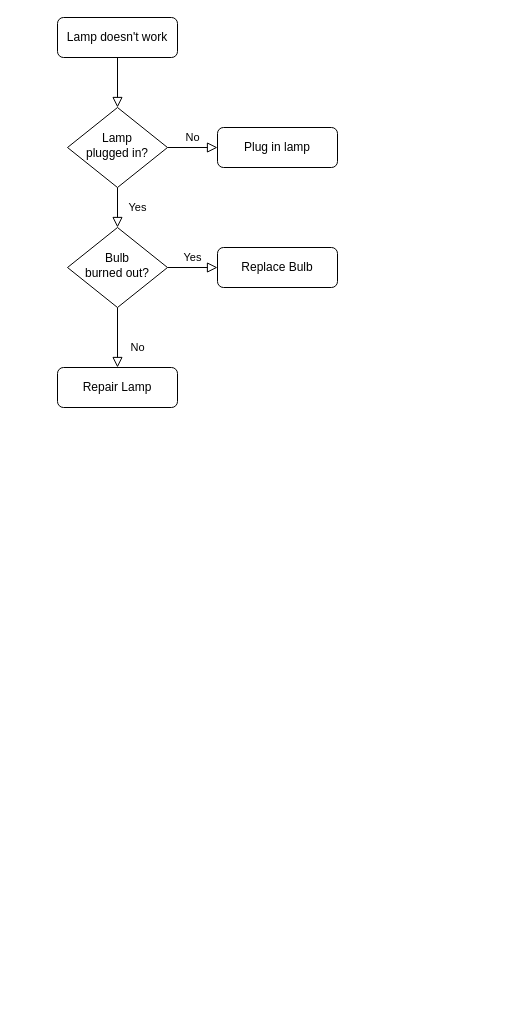
This is 流程图_test.drawio from tantan180/diagram, a draw.io file, before an edit. Source tidied: cells renumbered, new cells numbered last; positions are measured from the earlier drawing's top-left corner, leaving out a move shared by most shapes. Both pictures are drawn from the tidied source at 100%, with x=0, y=0 at pixel (57, 17).
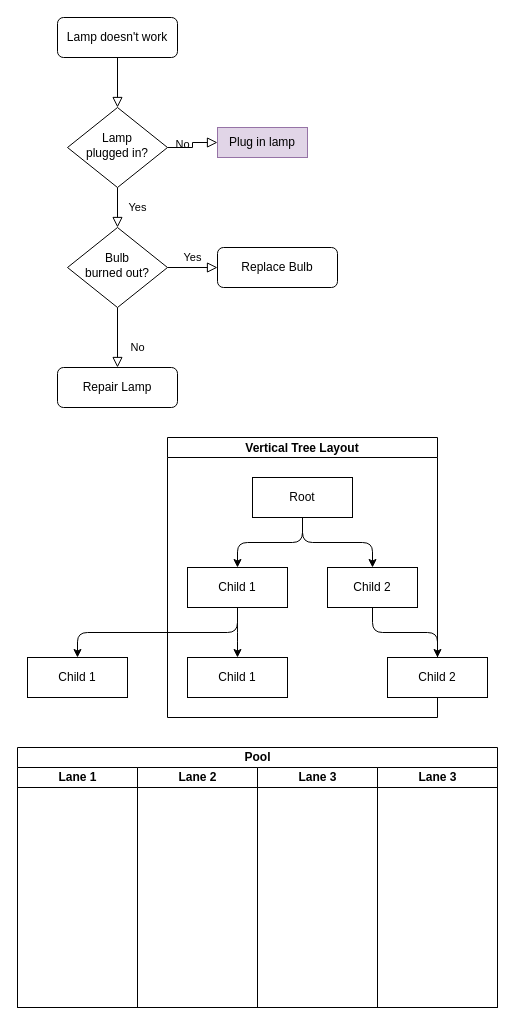
Above is the later version.

Change to the diagram source:
```diff
@@
-    <mxCell id="7" value="Plug in lamp" style="rounded=1;whiteSpace=wrap;html=1;fontSize=12;glass=0;strokeWidth=1;shadow=0;" parent="1" vertex="1">
-      <mxGeometry x="160" y="110" width="120" height="40" as="geometry" />
+    <mxCell id="7" value="Plug in lamp" style="rounded=1;whiteSpace=wrap;html=1;fontSize=12;glass=0;strokeWidth=1;shadow=0;direction=east;arcSize=0;fillColor=#e1d5e7;strokeColor=#9673a6;" parent="1" vertex="1">
+      <mxGeometry x="160" y="110" width="90" height="30" as="geometry" />
     </mxCell>
@@
+    <mxCell id="13" value="Vertical Tree Layout" style="swimlane;startSize=20;horizontal=1;horizontalTree=0;sortEdges=1;containerType=tree;fontSize=12;" parent="1" vertex="1">
+      <mxGeometry x="110" y="420" width="270" height="280" as="geometry" />
+    </mxCell>
+    <mxCell id="14" value="Root" style="whiteSpace=wrap;html=1;" parent="13" vertex="1">
+      <mxGeometry x="85" y="40" width="100" height="40" as="geometry" />
+    </mxCell>
+    <mxCell id="15" value="Child 1" style="whiteSpace=wrap;html=1;" parent="13" vertex="1">
+      <mxGeometry x="20" y="130" width="100" height="40" as="geometry" />
+    </mxCell>
+    <mxCell id="16" style="edgeStyle=elbowEdgeStyle;elbow=vertical;html=1;rounded=1;curved=0;sourcePerimeterSpacing=0;targetPerimeterSpacing=0;startSize=6;endSize=6;entryX=0.5;entryY=0;entryDx=0;entryDy=0;" parent="13" edge="1" source="14" target="15">
+      <mxGeometry relative="1" as="geometry" />
+    </mxCell>
+    <mxCell id="17" value="Child 2" style="whiteSpace=wrap;html=1;" parent="13" vertex="1">
+      <mxGeometry x="160" y="130" width="90" height="40" as="geometry" />
+    </mxCell>
+    <mxCell id="18" style="edgeStyle=elbowEdgeStyle;elbow=vertical;html=1;rounded=1;curved=0;sourcePerimeterSpacing=0;targetPerimeterSpacing=0;startSize=6;endSize=6;" parent="13" edge="1" source="14" target="17">
+      <mxGeometry relative="1" as="geometry" />
+    </mxCell>
+    <mxCell id="19" style="edgeStyle=elbowEdgeStyle;elbow=vertical;html=1;rounded=1;curved=0;sourcePerimeterSpacing=0;targetPerimeterSpacing=0;startSize=6;endSize=6;" parent="13" edge="1" source="15" target="20">
+      <mxGeometry relative="1" as="geometry" />
+    </mxCell>
+    <mxCell id="20" value="Child 1" style="whiteSpace=wrap;html=1;" parent="13" vertex="1">
+      <mxGeometry x="20" y="220" width="100" height="40" as="geometry" />
+    </mxCell>
+    <mxCell id="21" value="Child 1" style="whiteSpace=wrap;html=1;" parent="1" vertex="1">
+      <mxGeometry x="-30" y="640" width="100" height="40" as="geometry" />
+    </mxCell>
+    <mxCell id="22" style="edgeStyle=elbowEdgeStyle;elbow=vertical;html=1;rounded=1;curved=0;sourcePerimeterSpacing=0;targetPerimeterSpacing=0;startSize=6;endSize=6;entryX=0.5;entryY=0;entryDx=0;entryDy=0;" parent="1" edge="1" source="15" target="21">
+      <mxGeometry relative="1" as="geometry" />
+    </mxCell>
+    <mxCell id="23" value="Child 2" style="whiteSpace=wrap;html=1;" parent="1" vertex="1">
+      <mxGeometry x="330" y="640" width="100" height="40" as="geometry" />
+    </mxCell>
+    <mxCell id="24" style="edgeStyle=elbowEdgeStyle;elbow=vertical;html=1;rounded=1;curved=0;sourcePerimeterSpacing=0;targetPerimeterSpacing=0;startSize=6;endSize=6;" parent="1" edge="1" source="17" target="23">
+      <mxGeometry relative="1" as="geometry" />
+    </mxCell>
+    <mxCell id="25" value="Pool" style="swimlane;startSize=20;html=1;" parent="1" vertex="1">
+      <mxGeometry x="-40" y="730" width="480" height="260" as="geometry" />
+    </mxCell>
+    <mxCell id="26" value="Lane 1" style="swimlane;startSize=20;html=1;" parent="25" vertex="1">
+      <mxGeometry y="20" width="120" height="240" as="geometry" />
+    </mxCell>
+    <mxCell id="27" value="Lane 2" style="swimlane;startSize=20;html=1;" parent="25" vertex="1">
+      <mxGeometry x="120" y="20" width="120" height="240" as="geometry" />
+    </mxCell>
+    <mxCell id="28" value="Lane 3" style="swimlane;startSize=20;html=1;" parent="25" vertex="1">
+      <mxGeometry x="240" y="20" width="120" height="240" as="geometry" />
+    </mxCell>
+    <mxCell id="29" value="Lane 3" style="swimlane;startSize=20;html=1;" parent="25" vertex="1">
+      <mxGeometry x="360" y="20" width="120" height="240" as="geometry" />
+    </mxCell>
```
